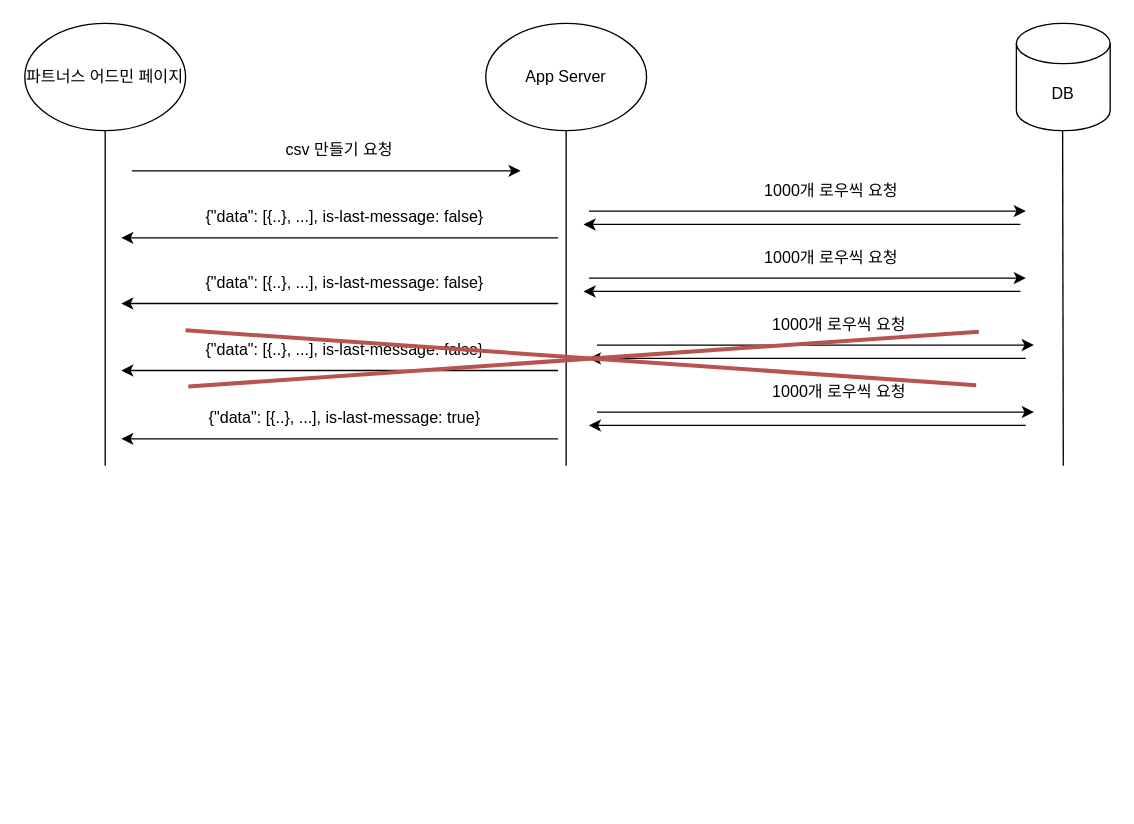
Before: csv-download.drawio in kindtiger95/drawio, a draw.io diagram. Source tidied: cells renumbered, new cells numbered last; positions are measured from the earlier drawing's top-left corner, leaving out a move shared by most shapes. Both pictures are drawn from the tidied source at 134%, with x=0, y=0 at pixel (24, 23).
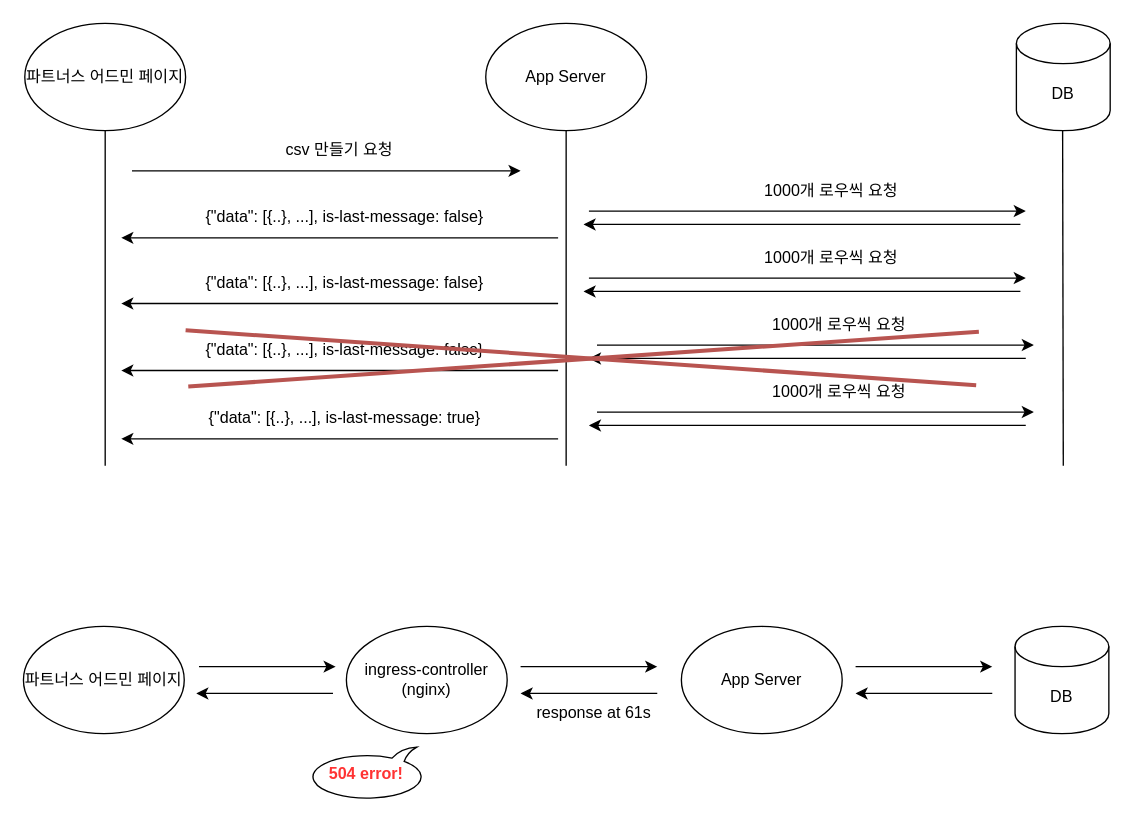
Above is the later version.

The edit, as a diff of the source:
```diff
@@
+    <mxCell id="32" value="파트너스 어드민 페이지" style="ellipse;whiteSpace=wrap;html=1;" parent="1" vertex="1">
+      <mxGeometry x="-1" y="450" width="120" height="80" as="geometry" />
+    </mxCell>
+    <mxCell id="33" value="App Server" style="ellipse;whiteSpace=wrap;html=1;" parent="1" vertex="1">
+      <mxGeometry x="490" y="450" width="120" height="80" as="geometry" />
+    </mxCell>
+    <mxCell id="34" value="DB" style="shape=cylinder3;whiteSpace=wrap;html=1;boundedLbl=1;backgroundOutline=1;size=15;" parent="1" vertex="1">
+      <mxGeometry x="739" y="450" width="70" height="80" as="geometry" />
+    </mxCell>
+    <mxCell id="35" value="ingress-controller&lt;div&gt;(nginx)&lt;/div&gt;" style="ellipse;whiteSpace=wrap;html=1;" parent="1" vertex="1">
+      <mxGeometry x="240" y="450" width="120" height="80" as="geometry" />
+    </mxCell>
+    <mxCell id="36" style="endArrow=classic;html=1;rounded=0;" parent="1" edge="1">
+      <mxGeometry relative="1" as="geometry">
+        <mxPoint x="130" y="480" as="sourcePoint" />
+        <mxPoint x="232" y="480" as="targetPoint" />
+      </mxGeometry>
+    </mxCell>
+    <mxCell id="37" style="endArrow=classic;html=1;rounded=0;" parent="1" edge="1">
+      <mxGeometry relative="1" as="geometry">
+        <mxPoint x="370" y="480" as="sourcePoint" />
+        <mxPoint x="472" y="480" as="targetPoint" />
+      </mxGeometry>
+    </mxCell>
+    <mxCell id="38" style="endArrow=classic;html=1;rounded=0;" parent="1" edge="1">
+      <mxGeometry relative="1" as="geometry">
+        <mxPoint x="620" y="480" as="sourcePoint" />
+        <mxPoint x="722" y="480" as="targetPoint" />
+      </mxGeometry>
+    </mxCell>
+    <mxCell id="39" style="endArrow=classic;html=1;rounded=0;" parent="1" edge="1">
+      <mxGeometry relative="1" as="geometry">
+        <mxPoint x="722" y="500" as="sourcePoint" />
+        <mxPoint x="620" y="500" as="targetPoint" />
+      </mxGeometry>
+    </mxCell>
+    <mxCell id="40" style="endArrow=classic;html=1;rounded=0;" parent="1" edge="1">
+      <mxGeometry relative="1" as="geometry">
+        <mxPoint x="472" y="500" as="sourcePoint" />
+        <mxPoint x="370" y="500" as="targetPoint" />
+      </mxGeometry>
+    </mxCell>
+    <mxCell id="41" value="response at 61s" style="text;html=1;align=center;verticalAlign=middle;whiteSpace=wrap;rounded=0;" parent="1" vertex="1">
+      <mxGeometry x="380" y="500" width="90" height="30" as="geometry" />
+    </mxCell>
+    <mxCell id="42" value="&lt;font color=&quot;#ff3333&quot;&gt;&lt;b&gt;504 error!&lt;/b&gt;&lt;/font&gt;" style="whiteSpace=wrap;html=1;shape=mxgraph.basic.oval_callout;flipH=1;flipV=1;" parent="1" vertex="1">
+      <mxGeometry x="210" y="540" width="90" height="40" as="geometry" />
+    </mxCell>
+    <mxCell id="43" style="endArrow=classic;html=1;rounded=0;" parent="1" edge="1">
+      <mxGeometry relative="1" as="geometry">
+        <mxPoint x="230" y="500" as="sourcePoint" />
+        <mxPoint x="128" y="500" as="targetPoint" />
+      </mxGeometry>
+    </mxCell>
```
